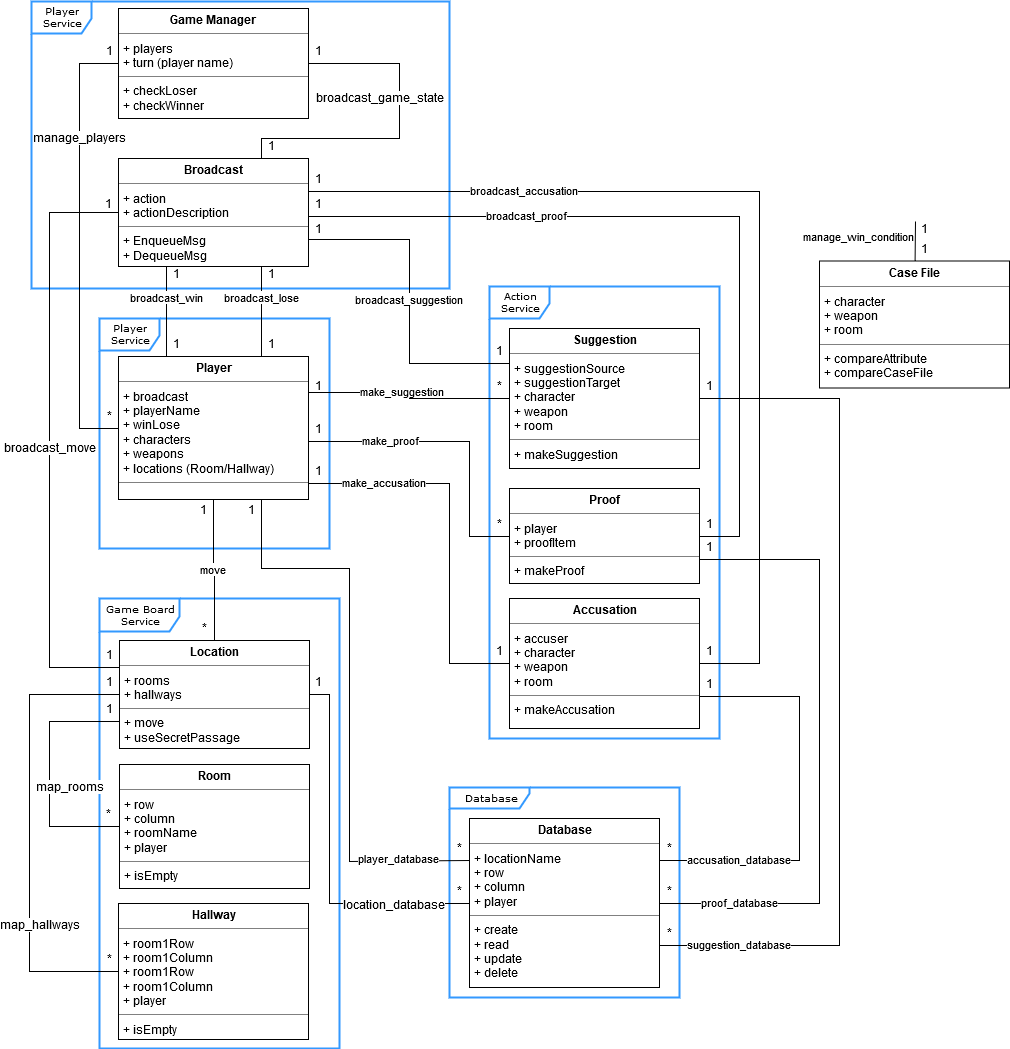
Earlier version of the draw.io export docs/Clue-Less_Class_Diagram.png (masseydigital/jhep-605-601-group-project). Source tidied: cells renumbered, new cells last; positions are measured from the earlier drawing's top-left corner, leaving out a move shared by most shapes.
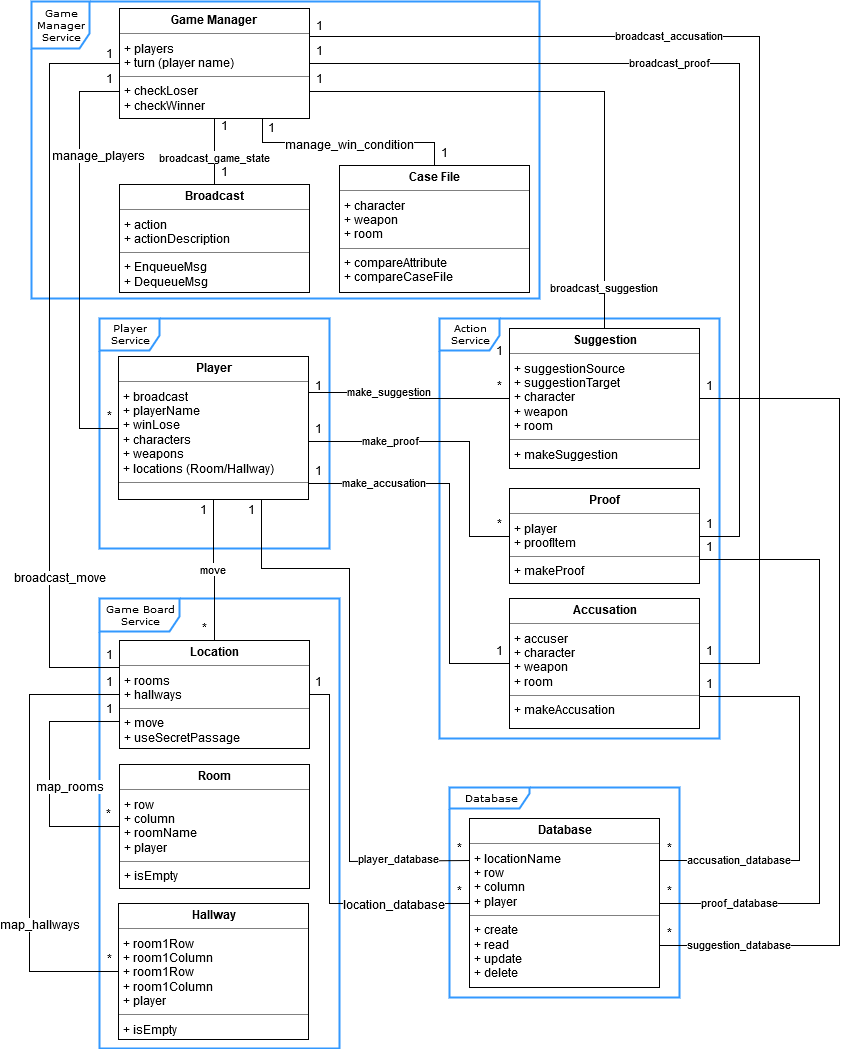
The same diagram one commit later.

Commit message:
Updated class diagram to have case file and broadcasts are managed by the game manager

Diff of the diagram source:
```diff
@@ -4,10 +4,10 @@
     <mxCell id="1" parent="0" />
-    <mxCell id="2" value="Player Service" style="shape=umlFrame;whiteSpace=wrap;html=1;rounded=0;shadow=0;comic=0;labelBackgroundColor=none;strokeColor=#3399FF;strokeWidth=2;fillColor=#ffffff;fontFamily=Verdana;fontSize=10;fontColor=#000000;align=center;width=60;height=32;" parent="1" vertex="1">
-      <mxGeometry x="2" width="418" height="287" as="geometry" />
+    <mxCell id="2" value="&lt;div&gt;Game Manager Service&lt;/div&gt;" style="shape=umlFrame;whiteSpace=wrap;html=1;rounded=0;shadow=0;comic=0;labelBackgroundColor=none;strokeColor=#3399FF;strokeWidth=2;fillColor=#ffffff;fontFamily=Verdana;fontSize=10;fontColor=#000000;align=center;width=58;height=47;" parent="1" vertex="1">
+      <mxGeometry x="2" width="508" height="297" as="geometry" />
     </mxCell>
     <mxCell id="3" value="&lt;div align=&quot;center&quot;&gt;1&lt;/div&gt;" style="text;html=1;align=center;verticalAlign=top;spacingTop=-4;" parent="1" vertex="1">
-      <mxGeometry x="885" y="220" width="20" height="20" as="geometry" />
+      <mxGeometry x="232" y="119" width="20" height="20" as="geometry" />
     </mxCell>
     <mxCell id="4" value="&lt;div align=&quot;center&quot;&gt;1&lt;/div&gt;" style="text;html=1;align=center;verticalAlign=top;spacingTop=-4;" parent="1" vertex="1">
-      <mxGeometry x="885" y="239.5" width="20" height="20" as="geometry" />
+      <mxGeometry x="405" y="144" width="20" height="20" as="geometry" />
     </mxCell>
@@ -23,26 +23,12 @@
     <mxCell id="8" value="Action Service" style="shape=umlFrame;whiteSpace=wrap;html=1;rounded=0;shadow=0;comic=0;labelBackgroundColor=none;strokeColor=#3399FF;strokeWidth=2;fillColor=#ffffff;fontFamily=Verdana;fontSize=10;fontColor=#000000;align=center;width=60;height=32;" parent="1" vertex="1">
-      <mxGeometry x="460" y="285" width="230" height="452" as="geometry" />
+      <mxGeometry x="410" y="317" width="280" height="420" as="geometry" />
     </mxCell>
-    <mxCell id="9" style="edgeStyle=orthogonalEdgeStyle;rounded=0;jettySize=auto;html=1;exitX=0.75;exitY=0;exitDx=0;exitDy=0;entryX=1;entryY=0.5;entryDx=0;entryDy=0;endArrow=none;endFill=0;" parent="1" edge="1" source="11" target="77">
-      <mxGeometry relative="1" as="geometry">
-        <Array as="points">
-          <mxPoint x="232" y="137" />
-          <mxPoint x="370" y="137" />
-          <mxPoint x="370" y="62" />
-        </Array>
-      </mxGeometry>
-    </mxCell>
-    <mxCell id="10" value="broadcast_game_state" style="text;html=1;align=center;verticalAlign=middle;labelBackgroundColor=#ffffff;" parent="9" vertex="1">
-      <mxGeometry x="-0.2" y="-2" relative="1" as="geometry">
-        <mxPoint x="8" y="-42" as="offset" />
-      </mxGeometry>
-    </mxCell>
     <mxCell id="11" value="&lt;p style=&quot;margin: 0px ; margin-top: 4px ; text-align: center&quot;&gt;&lt;b&gt;Broadcast&lt;/b&gt;&lt;/p&gt;&lt;hr size=&quot;1&quot;&gt;&lt;p style=&quot;margin: 0px ; margin-left: 4px&quot;&gt;+ action&lt;/p&gt;&lt;p style=&quot;margin: 0px ; margin-left: 4px&quot;&gt;+ actionDescription&lt;br&gt;&lt;/p&gt;&lt;hr size=&quot;1&quot;&gt;&lt;p style=&quot;margin: 0px ; margin-left: 4px&quot;&gt;+ EnqueueMsg&lt;/p&gt;&lt;p style=&quot;margin: 0px ; margin-left: 4px&quot;&gt;+ DequeueMsg&lt;br&gt;&lt;/p&gt;" style="verticalAlign=top;align=left;overflow=fill;fontSize=12;fontFamily=Helvetica;html=1;rounded=0;shadow=0;comic=0;labelBackgroundColor=none;strokeColor=#000000;strokeWidth=1;fillColor=#ffffff;" parent="1" vertex="1">
-      <mxGeometry x="89" y="157" width="190" height="108" as="geometry" />
+      <mxGeometry x="90" y="183" width="190" height="108" as="geometry" />
     </mxCell>
-    <mxCell id="12" value="broadcast_proof" style="edgeStyle=orthogonalEdgeStyle;rounded=0;jettySize=auto;html=1;exitX=1;exitY=0.5;exitDx=0;exitDy=0;entryX=1;entryY=0.5;entryDx=0;entryDy=0;endArrow=none;endFill=0;" parent="1" edge="1" source="15" target="11">
-      <mxGeometry x="0.44" relative="1" as="geometry">
+    <mxCell id="12" value="broadcast_proof" style="edgeStyle=orthogonalEdgeStyle;rounded=0;jettySize=auto;html=1;exitX=1;exitY=0.5;exitDx=0;exitDy=0;entryX=1;entryY=0.5;entryDx=0;entryDy=0;endArrow=none;endFill=0;" parent="1" edge="1" source="15" target="77">
+      <mxGeometry x="0.24" relative="1" as="geometry">
         <Array as="points">
           <mxPoint x="710" y="535" />
-          <mxPoint x="710" y="215" />
+          <mxPoint x="710" y="62" />
         </Array>
@@ -69,7 +55,7 @@
     </mxCell>
-    <mxCell id="16" value="broadcast_accusation" style="edgeStyle=orthogonalEdgeStyle;rounded=0;jettySize=auto;html=1;exitX=1;exitY=0.5;exitDx=0;exitDy=0;entryX=1;entryY=0.25;entryDx=0;entryDy=0;endArrow=none;endFill=0;" parent="1" edge="1" source="18" target="11">
-      <mxGeometry x="0.55" relative="1" as="geometry">
+    <mxCell id="16" value="broadcast_accusation" style="edgeStyle=orthogonalEdgeStyle;rounded=0;jettySize=auto;html=1;exitX=1;exitY=0.5;exitDx=0;exitDy=0;entryX=1;entryY=0.25;entryDx=0;entryDy=0;endArrow=none;endFill=0;" parent="1" edge="1" source="18" target="77">
+      <mxGeometry x="0.37" relative="1" as="geometry">
         <Array as="points">
           <mxPoint x="730" y="662" />
-          <mxPoint x="730" y="190" />
+          <mxPoint x="730" y="35" />
         </Array>
@@ -88,4 +74,8 @@
     </mxCell>
-    <mxCell id="19" value="broadcast_suggestion" style="edgeStyle=orthogonalEdgeStyle;rounded=0;jettySize=auto;html=1;exitX=0;exitY=0.25;exitDx=0;exitDy=0;entryX=1;entryY=0.75;entryDx=0;entryDy=0;endArrow=none;endFill=0;" parent="1" edge="1" source="21" target="11">
-      <mxGeometry relative="1" as="geometry" />
+    <mxCell id="19" value="broadcast_suggestion" style="edgeStyle=orthogonalEdgeStyle;rounded=0;jettySize=auto;html=1;exitX=0.5;exitY=0;exitDx=0;exitDy=0;entryX=1;entryY=0.75;entryDx=0;entryDy=0;endArrow=none;endFill=0;" parent="1" edge="1" source="21" target="77">
+      <mxGeometry x="-0.85" relative="1" as="geometry">
+        <Array as="points">
+          <mxPoint x="575" y="90" />
+        </Array>
+      </mxGeometry>
     </mxCell>
@@ -102,3 +92,3 @@
     </mxCell>
-    <mxCell id="22" style="edgeStyle=orthogonalEdgeStyle;rounded=0;jettySize=auto;html=1;exitX=0;exitY=0.25;exitDx=0;exitDy=0;entryX=0;entryY=0.5;entryDx=0;entryDy=0;endArrow=none;endFill=0;" parent="1" edge="1" source="24" target="11">
+    <mxCell id="22" style="edgeStyle=orthogonalEdgeStyle;rounded=0;jettySize=auto;html=1;exitX=0;exitY=0.25;exitDx=0;exitDy=0;entryX=0;entryY=0.5;entryDx=0;entryDy=0;endArrow=none;endFill=0;" parent="1" edge="1" source="24" target="77">
       <mxGeometry relative="1" as="geometry">
@@ -106,3 +96,3 @@
           <mxPoint x="20" y="666" />
-          <mxPoint x="20" y="211" />
+          <mxPoint x="20" y="62" />
         </Array>
@@ -112,3 +102,3 @@
       <mxGeometry x="-0.37" y="-2" relative="1" as="geometry">
-        <mxPoint x="-2" y="-103" as="offset" />
+        <mxPoint x="8" y="74" as="offset" />
       </mxGeometry>
@@ -119,3 +109,3 @@
     <mxCell id="25" value="make_suggestion" style="edgeStyle=orthogonalEdgeStyle;rounded=0;jettySize=auto;html=1;exitX=1;exitY=0.25;exitDx=0;exitDy=0;entryX=0;entryY=0.5;entryDx=0;entryDy=0;endArrow=none;endFill=0;" parent="1" edge="1" source="33" target="21">
-      <mxGeometry x="-0.09" relative="1" as="geometry" />
+      <mxGeometry x="-0.22" relative="1" as="geometry" />
     </mxCell>
@@ -132,8 +122,2 @@
     </mxCell>
-    <mxCell id="28" value="broadcast_win" style="edgeStyle=orthogonalEdgeStyle;rounded=0;jettySize=auto;html=1;exitX=0.25;exitY=0;exitDx=0;exitDy=0;entryX=0.25;entryY=1;entryDx=0;entryDy=0;endArrow=none;endFill=0;" parent="1" edge="1" source="33" target="11">
-      <mxGeometry x="0.29" relative="1" as="geometry" />
-    </mxCell>
-    <mxCell id="29" value="broadcast_lose" style="edgeStyle=orthogonalEdgeStyle;rounded=0;jettySize=auto;html=1;exitX=0.75;exitY=0;exitDx=0;exitDy=0;entryX=0.75;entryY=1;entryDx=0;entryDy=0;endArrow=none;endFill=0;" parent="1" edge="1" source="33" target="11">
-      <mxGeometry x="0.29" relative="1" as="geometry" />
-    </mxCell>
     <mxCell id="30" value="player_database" style="edgeStyle=orthogonalEdgeStyle;rounded=0;jettySize=auto;html=1;exitX=0.75;exitY=1;exitDx=0;exitDy=0;entryX=0;entryY=0.25;entryDx=0;entryDy=0;endArrow=none;endFill=0;fontColor=#000000;" parent="1" edge="1" source="33" target="54">
@@ -147,3 +131,3 @@
     </mxCell>
-    <mxCell id="31" style="edgeStyle=orthogonalEdgeStyle;rounded=0;jettySize=auto;html=1;exitX=0;exitY=0.5;exitDx=0;exitDy=0;entryX=0;entryY=0.5;entryDx=0;entryDy=0;endArrow=none;endFill=0;" parent="1" edge="1" source="33" target="77">
+    <mxCell id="31" style="edgeStyle=orthogonalEdgeStyle;rounded=0;jettySize=auto;html=1;exitX=0;exitY=0.5;exitDx=0;exitDy=0;entryX=0;entryY=0.75;entryDx=0;entryDy=0;endArrow=none;endFill=0;" parent="1" edge="1" source="33" target="77">
       <mxGeometry relative="1" as="geometry">
@@ -151,3 +135,3 @@
           <mxPoint x="50" y="427" />
-          <mxPoint x="50" y="62" />
+          <mxPoint x="50" y="90" />
         </Array>
@@ -157,3 +141,3 @@
       <mxGeometry x="0.33" y="5" relative="1" as="geometry">
-        <mxPoint x="5" y="-35" as="offset" />
+        <mxPoint x="24" y="-35" as="offset" />
       </mxGeometry>
@@ -187,16 +171,4 @@
     </mxCell>
-    <mxCell id="42" value="&lt;div align=&quot;center&quot;&gt;1&lt;/div&gt;" style="text;html=1;align=center;verticalAlign=top;spacingTop=-4;" parent="1" vertex="1">
-      <mxGeometry x="137" y="335" width="20" height="20" as="geometry" />
-    </mxCell>
-    <mxCell id="43" value="&lt;div align=&quot;center&quot;&gt;1&lt;/div&gt;" style="text;html=1;align=center;verticalAlign=top;spacingTop=-4;" parent="1" vertex="1">
-      <mxGeometry x="137" y="265" width="20" height="20" as="geometry" />
-    </mxCell>
-    <mxCell id="44" value="&lt;div align=&quot;center&quot;&gt;1&lt;/div&gt;" style="text;html=1;align=center;verticalAlign=top;spacingTop=-4;" parent="1" vertex="1">
-      <mxGeometry x="232" y="334.5" width="20" height="20" as="geometry" />
-    </mxCell>
-    <mxCell id="45" value="&lt;div align=&quot;center&quot;&gt;1&lt;/div&gt;" style="text;html=1;align=center;verticalAlign=top;spacingTop=-4;" parent="1" vertex="1">
-      <mxGeometry x="232" y="265" width="20" height="20" as="geometry" />
-    </mxCell>
     <mxCell id="46" value="&lt;div align=&quot;center&quot;&gt;1&lt;/div&gt;" style="text;html=1;align=center;verticalAlign=top;spacingTop=-4;" parent="1" vertex="1">
-      <mxGeometry x="279" y="220" width="20" height="20" as="geometry" />
+      <mxGeometry x="280" y="70" width="20" height="20" as="geometry" />
     </mxCell>
@@ -209,3 +181,3 @@
     <mxCell id="49" value="&lt;div align=&quot;center&quot;&gt;1&lt;/div&gt;" style="text;html=1;align=center;verticalAlign=top;spacingTop=-4;" parent="1" vertex="1">
-      <mxGeometry x="69" y="195" width="20" height="20" as="geometry" />
+      <mxGeometry x="70" y="45" width="20" height="20" as="geometry" />
     </mxCell>
@@ -264,6 +236,6 @@
     <mxCell id="65" value="&lt;div align=&quot;center&quot;&gt;1&lt;/div&gt;" style="text;html=1;align=center;verticalAlign=top;spacingTop=-4;" parent="1" vertex="1">
-      <mxGeometry x="279" y="170" width="20" height="20" as="geometry" />
+      <mxGeometry x="280" y="17" width="20" height="20" as="geometry" />
     </mxCell>
     <mxCell id="66" value="&lt;div align=&quot;center&quot;&gt;1&lt;/div&gt;" style="text;html=1;align=center;verticalAlign=top;spacingTop=-4;" parent="1" vertex="1">
-      <mxGeometry x="279" y="195" width="20" height="20" as="geometry" />
+      <mxGeometry x="280" y="42" width="20" height="20" as="geometry" />
     </mxCell>
@@ -313,16 +285,24 @@
     </mxCell>
+    <mxCell id="10" value="broadcast_game_state" style="edgeStyle=orthogonalEdgeStyle;rounded=0;orthogonalLoop=1;jettySize=auto;html=1;exitX=0.5;exitY=1;exitDx=0;exitDy=0;entryX=0.5;entryY=0;entryDx=0;entryDy=0;endArrow=none;endFill=0;" parent="1" edge="1">
+      <mxGeometry x="0.21" relative="1" as="geometry">
+        <mxPoint x="185" y="117" as="sourcePoint" />
+        <mxPoint x="185" y="183" as="targetPoint" />
+      </mxGeometry>
+    </mxCell>
+    <mxCell id="84" style="edgeStyle=orthogonalEdgeStyle;rounded=0;jettySize=auto;html=1;exitX=0.75;exitY=1;exitDx=0;exitDy=0;entryX=0.5;entryY=0;entryDx=0;entryDy=0;endArrow=none;endFill=0;" parent="1" edge="1" source="77" target="79">
+      <mxGeometry relative="1" as="geometry" />
+    </mxCell>
+    <mxCell id="78" value="manage_win_condition" style="text;html=1;align=center;verticalAlign=middle;labelBackgroundColor=#ffffff;" parent="84" vertex="1">
+      <mxGeometry x="-0.1" y="-3" relative="1" as="geometry">
+        <mxPoint x="12" as="offset" />
+      </mxGeometry>
+    </mxCell>
     <mxCell id="77" value="&lt;p style=&quot;margin: 0px ; margin-top: 4px ; text-align: center&quot;&gt;&lt;b&gt;Game Manager&lt;br&gt;&lt;/b&gt;&lt;/p&gt;&lt;hr size=&quot;1&quot;&gt;&lt;p style=&quot;margin: 0px ; margin-left: 4px&quot;&gt;+ players&lt;/p&gt;&lt;p style=&quot;margin: 0px ; margin-left: 4px&quot;&gt;+ turn (player name)&lt;br&gt;&lt;/p&gt;&lt;hr size=&quot;1&quot;&gt;&lt;p style=&quot;margin: 0px ; margin-left: 4px&quot;&gt;+ checkLoser&lt;/p&gt;&lt;p style=&quot;margin: 0px ; margin-left: 4px&quot;&gt;+ checkWinner&lt;br&gt;&lt;/p&gt;" style="verticalAlign=top;align=left;overflow=fill;fontSize=12;fontFamily=Helvetica;html=1;rounded=0;shadow=0;comic=0;labelBackgroundColor=none;strokeColor=#000000;strokeWidth=1;fillColor=#ffffff;" parent="1" vertex="1">
-      <mxGeometry x="89" y="7" width="190" height="110" as="geometry" />
+      <mxGeometry x="90" y="7" width="190" height="110" as="geometry" />
     </mxCell>
-    <mxCell id="78" value="manage_win_condition" style="edgeStyle=orthogonalEdgeStyle;rounded=0;orthogonalLoop=1;jettySize=auto;html=1;entryX=0.5;entryY=1;entryDx=0;entryDy=0;endArrow=none;endFill=0;" parent="1" edge="1">
-      <mxGeometry x="0.13" y="56" relative="1" as="geometry">
-        <mxPoint x="885.6" y="259.5" as="sourcePoint" />
-        <mxPoint x="885.6" y="219.8" as="targetPoint" />
-      </mxGeometry>
-    </mxCell>
     <mxCell id="79" value="&lt;p style=&quot;margin: 0px ; margin-top: 4px ; text-align: center&quot;&gt;&lt;b&gt;Case File&lt;br&gt;&lt;/b&gt;&lt;/p&gt;&lt;hr size=&quot;1&quot;&gt;&lt;p style=&quot;margin: 0px ; margin-left: 4px&quot;&gt;+ character&lt;/p&gt;&lt;p style=&quot;margin: 0px ; margin-left: 4px&quot;&gt;+ weapon&lt;/p&gt;&lt;p style=&quot;margin: 0px ; margin-left: 4px&quot;&gt;+ room&lt;br&gt;&lt;/p&gt;&lt;hr size=&quot;1&quot;&gt;&lt;p style=&quot;margin: 0px ; margin-left: 4px&quot;&gt;+ compareAttribute&lt;/p&gt;&lt;p style=&quot;margin: 0px ; margin-left: 4px&quot;&gt;+ compareCaseFile&lt;br&gt;&lt;/p&gt;" style="verticalAlign=top;align=left;overflow=fill;fontSize=12;fontFamily=Helvetica;html=1;rounded=0;shadow=0;comic=0;labelBackgroundColor=none;strokeColor=#000000;strokeWidth=1;fillColor=#ffffff;" parent="1" vertex="1">
-      <mxGeometry x="790" y="259.5" width="190" height="127" as="geometry" />
+      <mxGeometry x="310" y="164" width="190" height="127" as="geometry" />
     </mxCell>
     <mxCell id="80" value="&lt;div align=&quot;center&quot;&gt;1&lt;/div&gt;" style="text;html=1;align=center;verticalAlign=top;spacingTop=-4;" parent="1" vertex="1">
-      <mxGeometry x="279" y="42" width="20" height="20" as="geometry" />
+      <mxGeometry x="185" y="117" width="20" height="20" as="geometry" />
     </mxCell>
@@ -332,6 +312,6 @@
     <mxCell id="82" value="&lt;div align=&quot;center&quot;&gt;1&lt;/div&gt;" style="text;html=1;align=center;verticalAlign=top;spacingTop=-4;" parent="1" vertex="1">
-      <mxGeometry x="232" y="137" width="20" height="20" as="geometry" />
+      <mxGeometry x="185" y="163" width="20" height="20" as="geometry" />
     </mxCell>
     <mxCell id="83" value="&lt;div align=&quot;center&quot;&gt;1&lt;/div&gt;" style="text;html=1;align=center;verticalAlign=top;spacingTop=-4;" parent="1" vertex="1">
-      <mxGeometry x="70" y="42" width="20" height="20" as="geometry" />
+      <mxGeometry x="70" y="70" width="20" height="20" as="geometry" />
     </mxCell>
```
